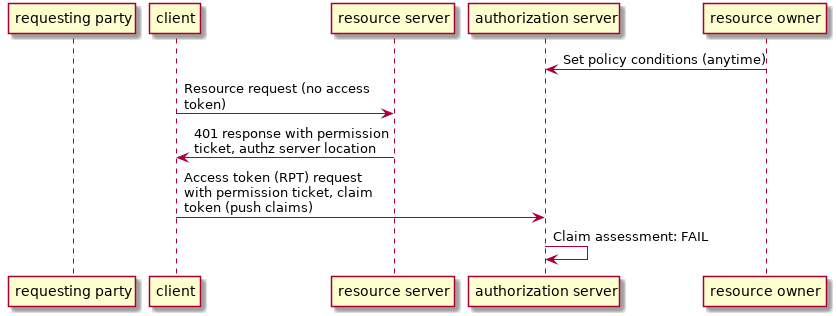
The PlantUML diagram img/uma.png in pashazz/auth, before a commit. Source of this version:
```plantuml
@startuml
participant rp as "requesting party"
participant client
participant  rs as "resource server"
participant authz as "authorization server"
participant ro as "resource owner"

skinparam maxMessageSize 200

ro -> authz: Set policy conditions (anytime)
client -> rs: Resource request (no access token)
rs -> client: 401 response with permission ticket, authz server location
client -> authz: Access token (RPT) request with permission ticket, claim token (push claims)
authz -> authz: Claim assessment: FAIL

@enduml
```
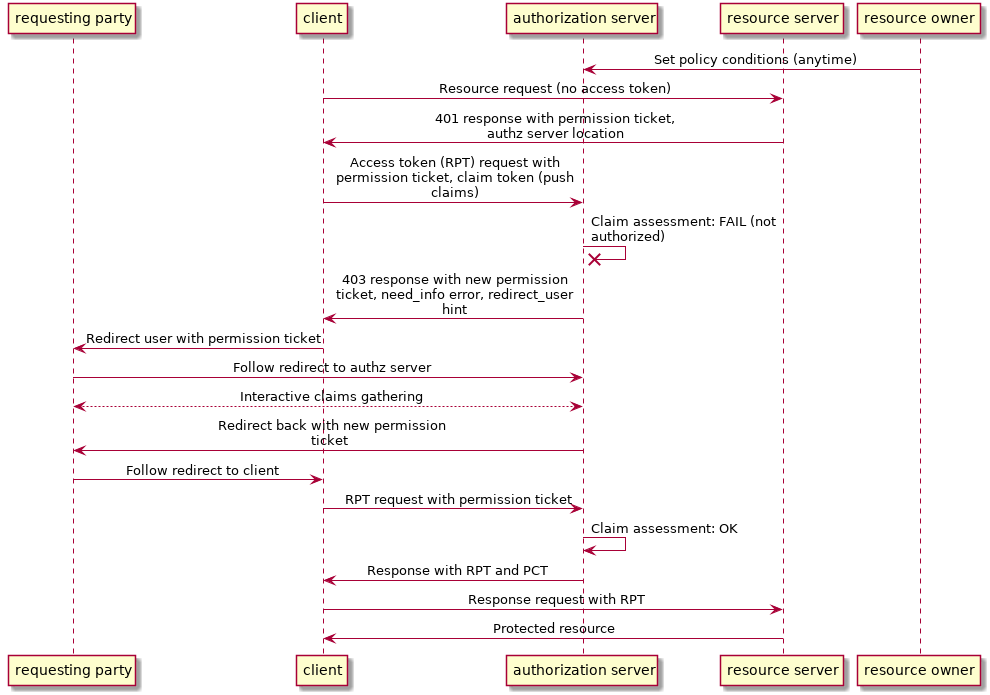
The same file after the commit.

Diff of the diagram source:
```diff
@@ -1,16 +1,27 @@
 @startuml
 participant rp as "requesting party"
 participant client
+participant authz as "authorization server"
 participant  rs as "resource server"
-participant authz as "authorization server"
 participant ro as "resource owner"
 
-skinparam maxMessageSize 200
+skinparam maxMessageSize 250
+skinparam sequenceMessageAlign center
 
 ro -> authz: Set policy conditions (anytime)
 client -> rs: Resource request (no access token)
 rs -> client: 401 response with permission ticket, authz server location
 client -> authz: Access token (RPT) request with permission ticket, claim token (push claims)
-authz -> authz: Claim assessment: FAIL
-
+authz ->x authz: Claim assessment: FAIL (not authorized)
+authz -> client: 403 response with new permission ticket, need_info error, redirect_user hint
+client -> rp: Redirect user with permission ticket
+rp -> authz: Follow redirect to authz server
+rp <--> authz: Interactive claims gathering
+authz -> rp: Redirect back with new permission ticket
+rp -> client: Follow redirect to client
+client -> authz: RPT request with permission ticket
+authz -> authz: Claim assessment: OK
+authz -> client: Response with RPT and PCT
+client -> rs: Response request with RPT
+rs -> client: Protected resource
 @enduml
```
